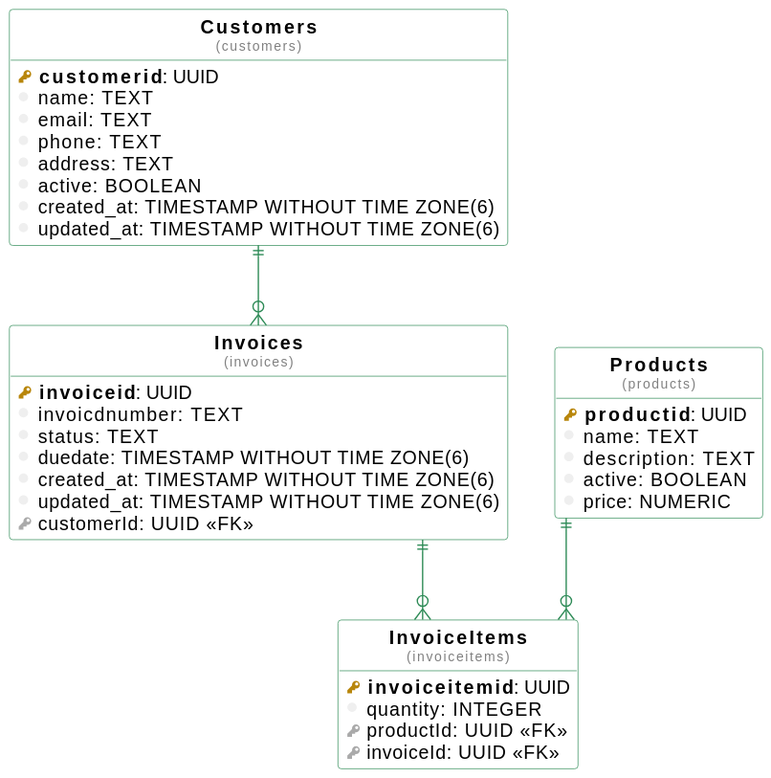
Before: db-diagram.svg, a diagram exported from PlantUML (gopikiller/invoice-manager).
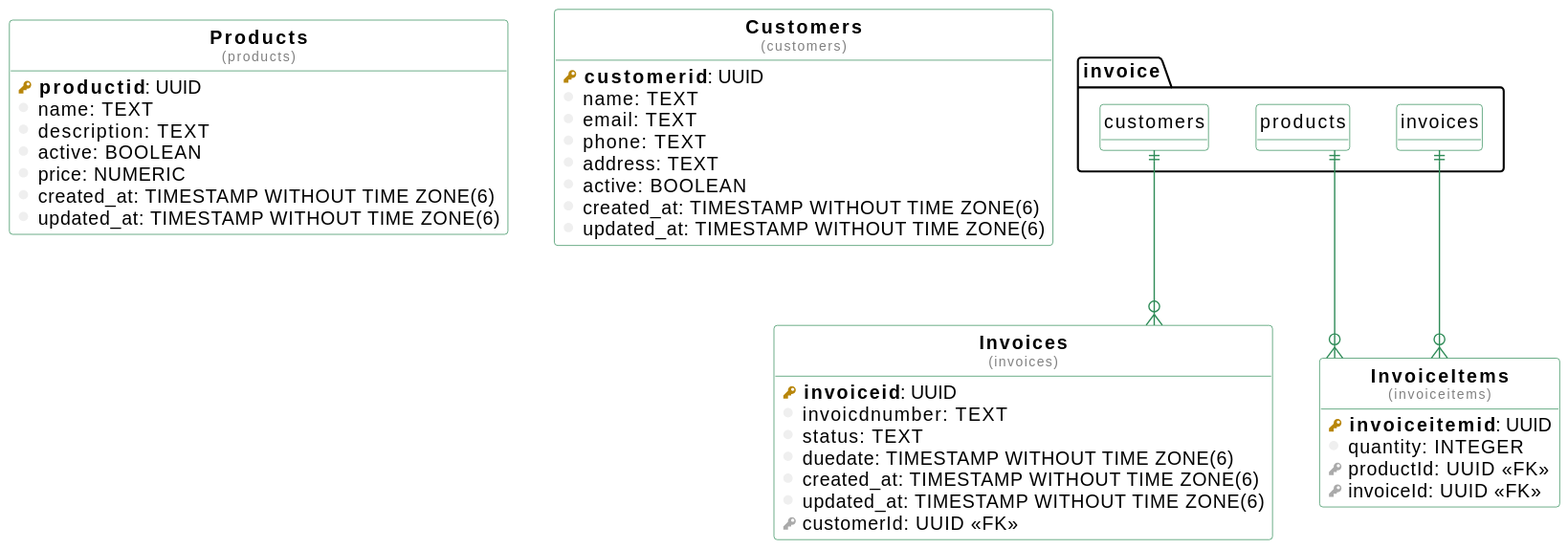
The same diagram one commit later.

Change to the diagram source:
```diff
@@ -22,6 +22,16 @@
     BorderColor seagreen
 }
 
+
+table( Products, products ) as products {
+  pkey( productid ): UUID
+  column( name ): TEXT
+  column( description ): TEXT
+  column( active ): BOOLEAN
+  column( price ): NUMERIC
+  column( created_at ): TIMESTAMP WITHOUT TIME ZONE(6)
+  column( updated_at ): TIMESTAMP WITHOUT TIME ZONE(6)
+}
 
 table( Customers, customers ) as customers {
   pkey( customerid ): UUID
@@ -51,15 +61,7 @@
   fkey( invoiceId ): UUID <<FK>>
 }
 
-table( Products, products ) as products {
-  pkey( productid ): UUID
-  column( name ): TEXT
-  column( description ): TEXT
-  column( active ): BOOLEAN
-  column( price ): NUMERIC
-}
-
-"customers" ||--o{ "invoices"
-"products" ||--o{ "invoiceitems"
-"invoices" ||--o{ "invoiceitems"
+"invoice.customers" ||--o{ "invoices"
+"invoice.products" ||--o{ "invoiceitems"
+"invoice.invoices" ||--o{ "invoiceitems"
 @enduml
```
